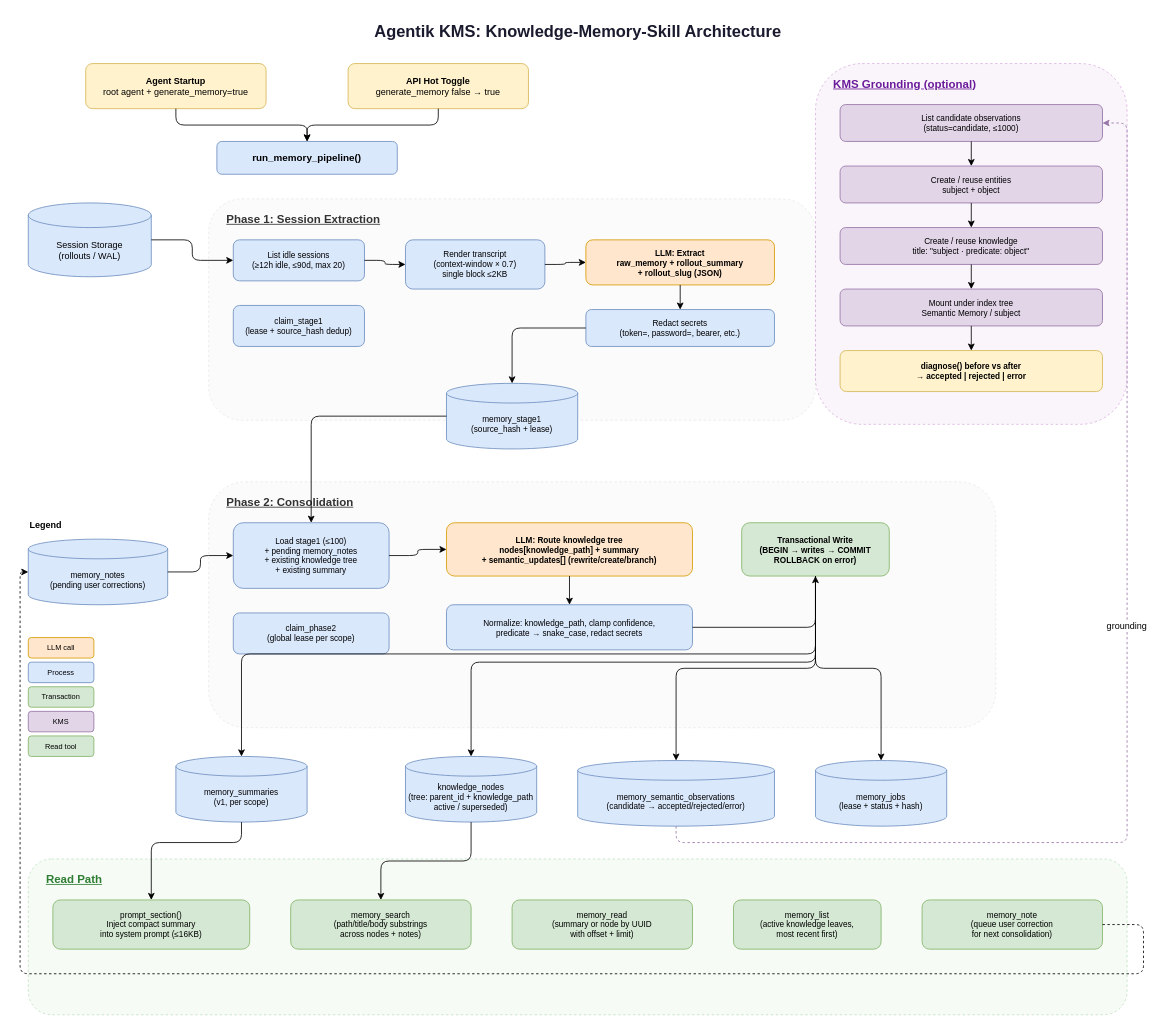
auto-nomics/autonomics keeps this draw.io diagram as crates/agentik-kms/architecture.drawio. Above is the earlier version. Source tidied: cells renumbered, new cells numbered last; positions are measured from the earlier drawing's top-left corner, leaving out a move shared by most shapes. Both pictures are drawn from the tidied source at 82%, with x=0, y=0 at pixel (20, 14).
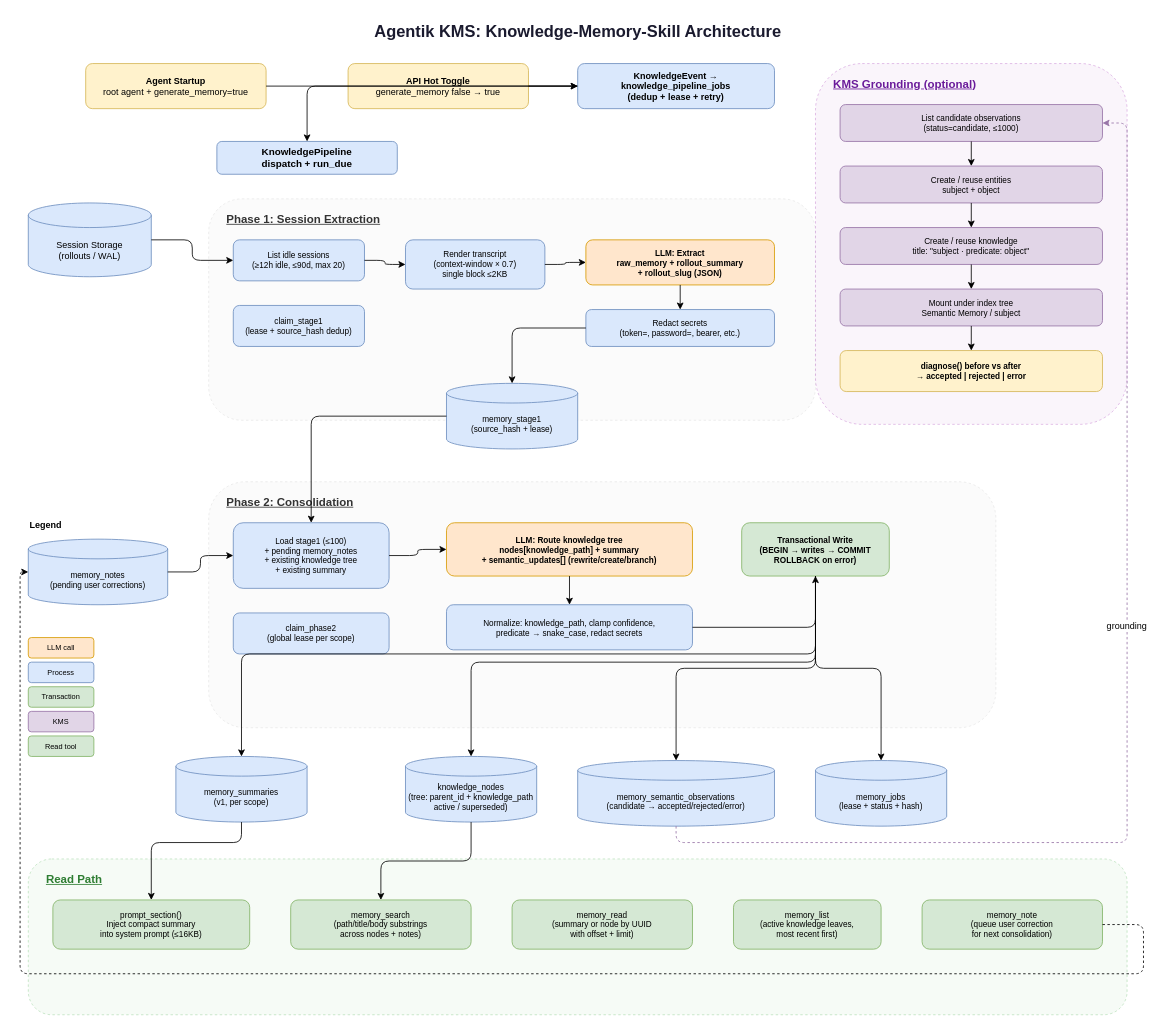
Above is the later version.

Unchanged cells that the change refers to:
```xml
<mxCell id="3" value="&lt;b&gt;Agent Startup&lt;/b&gt;&lt;br&gt;root agent + generate_memory=true" style="rounded=1;whiteSpace=wrap;html=1;fillColor=#fff2cc;strokeColor=#d6b656;fontSize=11;" parent="1" vertex="1">
  <mxGeometry x="80" y="60" width="220" height="55" as="geometry" />
</mxCell>
<mxCell id="4" value="&lt;b&gt;API Hot Toggle&lt;/b&gt;&lt;br&gt;generate_memory false → true" style="rounded=1;whiteSpace=wrap;html=1;fillColor=#fff2cc;strokeColor=#d6b656;fontSize=11;" parent="1" vertex="1">
  <mxGeometry x="400" y="60" width="220" height="55" as="geometry" />
</mxCell>
```

Change to the diagram source:
```diff
@@
+    <mxCell id="71" value="KnowledgeEvent → knowledge_pipeline_jobs&#10;(dedup + lease + retry)" style="rounded=1;whiteSpace=wrap;html=1;fillColor=#dae8fc;strokeColor=#6c8ebf;fontSize=11;fontStyle=1;" parent="1" vertex="1">
+      <mxGeometry x="680" y="60" width="240" height="55" as="geometry" />
+    </mxCell>
-    <mxCell id="5" value="run_memory_pipeline()" style="rounded=1;whiteSpace=wrap;html=1;fillColor=#dae8fc;strokeColor=#6c8ebf;fontSize=12;fontStyle=1;" parent="1" vertex="1">
+    <mxCell id="5" value="KnowledgePipeline&#10;dispatch + run_due" style="rounded=1;whiteSpace=wrap;html=1;fillColor=#dae8fc;strokeColor=#6c8ebf;fontSize=12;fontStyle=1;" parent="1" vertex="1">
       <mxGeometry x="240" y="155" width="220" height="40" as="geometry" />
     </mxCell>
-    <mxCell id="6" style="edgeStyle=orthogonalEdgeStyle;rounded=1;" parent="1" edge="1" source="3" target="5">
+    <mxCell id="6" style="edgeStyle=orthogonalEdgeStyle;rounded=1;" parent="1" edge="1" source="3" target="71">
       <mxGeometry relative="1" as="geometry" />
     </mxCell>
-    <mxCell id="7" style="edgeStyle=orthogonalEdgeStyle;rounded=1;" parent="1" edge="1" source="4" target="5">
+    <mxCell id="7" style="edgeStyle=orthogonalEdgeStyle;rounded=1;" parent="1" edge="1" source="4" target="71">
       <mxGeometry relative="1" as="geometry" />
     </mxCell>
+    <mxCell id="72" style="edgeStyle=orthogonalEdgeStyle;rounded=1;" parent="1" edge="1" source="71" target="5">
+      <mxGeometry relative="1" as="geometry" />
+    </mxCell>
```
